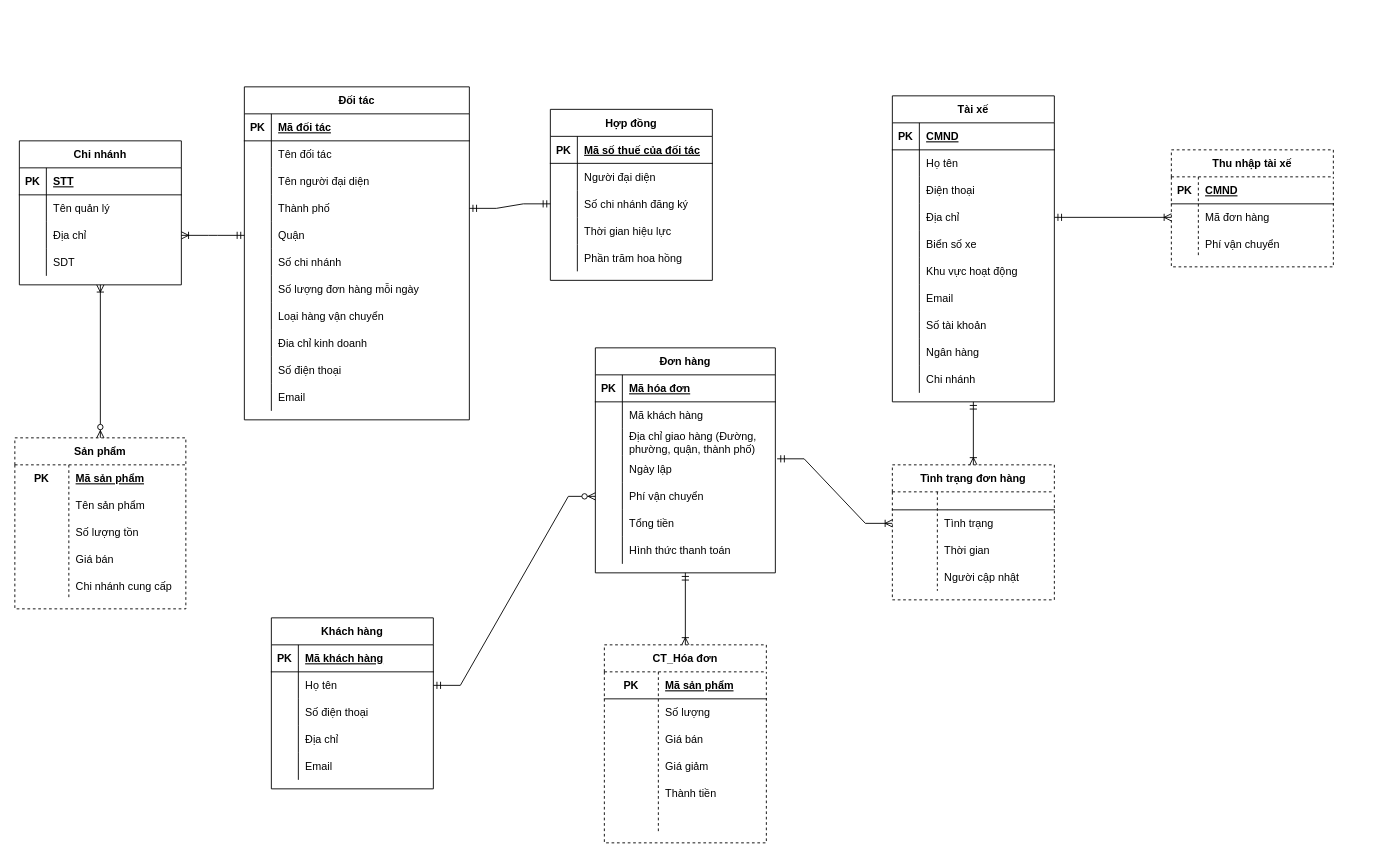
Before: HQT-CSDL.drawio in tranngoclam16/HQT-CSDL, a draw.io diagram. Source tidied: cells renumbered, new cells numbered last; positions are measured from the earlier drawing's top-left corner, leaving out a move shared by most shapes. Both pictures are drawn from the tidied source at 90%, with x=0, y=0 at pixel (14, 86).
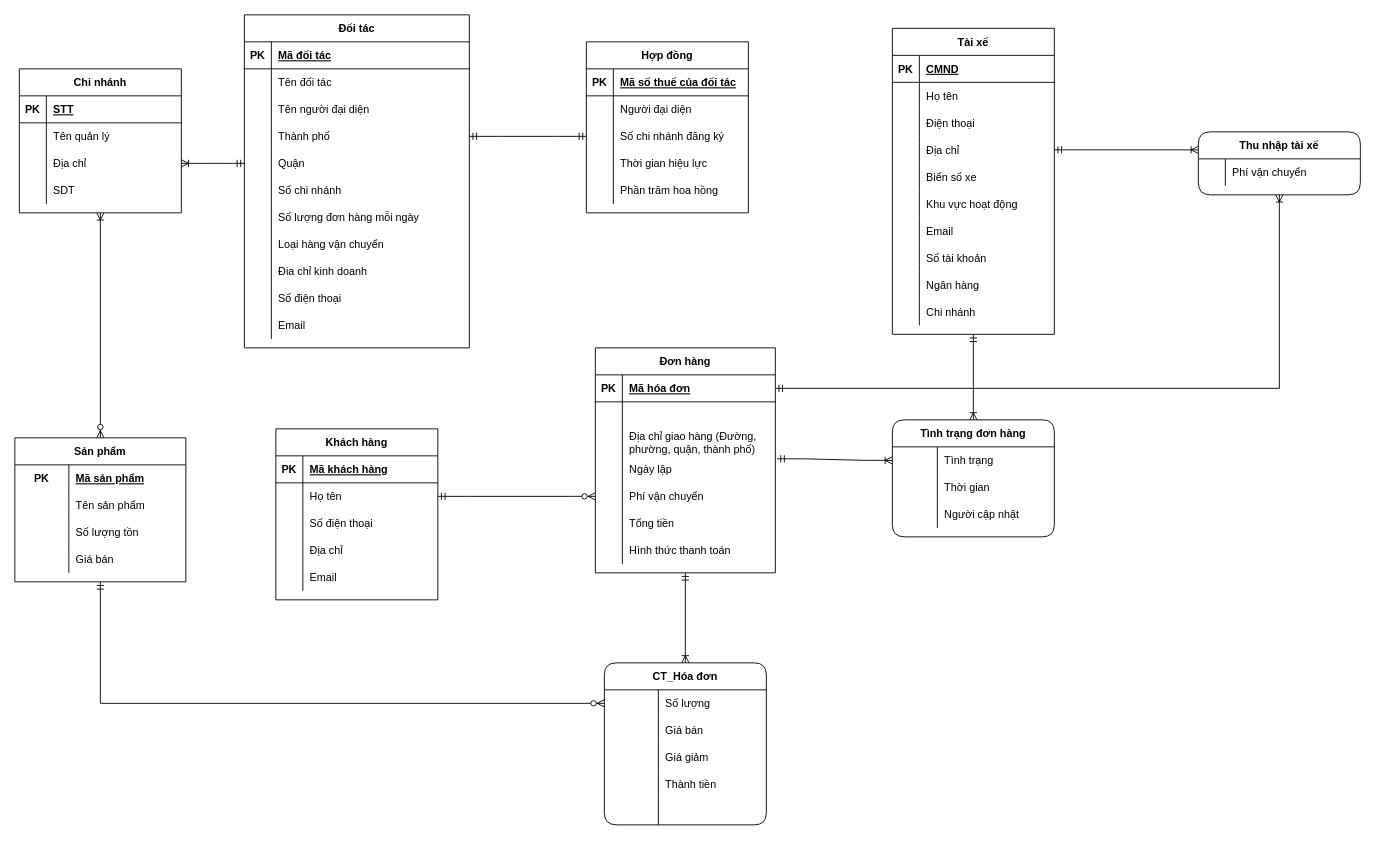
Above is the later version.

The change refers to these unchanged cells:
```xml
<mxCell id="12" style="shape=partialRectangle;fillColor=none;top=0;left=0;bottom=0;right=0;points=[[0,0.5],[1,0.5]];portConstraint=eastwest;" parent="2" vertex="1">
  <mxGeometry y="120" width="180" height="30" as="geometry" />
</mxCell>
<mxCell id="100" style="shape=partialRectangle;fillColor=none;top=0;left=0;bottom=1;right=0;points=[[0,0.5],[1,0.5]];portConstraint=eastwest;" parent="99" vertex="1">
  <mxGeometry y="30" width="200" height="30" as="geometry" />
</mxCell>
<mxCell id="103" style="shape=partialRectangle;fillColor=none;top=0;left=0;bottom=0;right=0;" parent="99" vertex="1">
  <mxGeometry y="60" width="200" height="30" as="geometry" />
</mxCell>
```

Change to the diagram source:
```diff
@@
     <mxCell id="2" value="Tài xế" style="shape=table;startSize=30;childLayout=tableLayout;rowLines=0;fontStyle=1;align=center;" parent="1" vertex="1">
-      <mxGeometry x="975" y="10" width="180" height="340" as="geometry" />
+      <mxGeometry x="975" y="-65" width="180" height="340" as="geometry" />
     </mxCell>
@@
     <mxCell id="33" value="Đối tác" style="shape=table;startSize=30;childLayout=tableLayout;rowLines=0;fontStyle=1;align=center;" parent="1" vertex="1">
-      <mxGeometry x="255" width="250" height="370" as="geometry" />
+      <mxGeometry x="255" y="-80" width="250" height="370" as="geometry" />
     </mxCell>
@@
     <mxCell id="67" value="Hợp đồng" style="shape=table;startSize=30;childLayout=tableLayout;rowLines=0;fontStyle=1;align=center;" parent="1" vertex="1">
-      <mxGeometry x="595" y="25" width="180" height="190" as="geometry" />
+      <mxGeometry x="635" y="-50" width="180" height="190" as="geometry" />
     </mxCell>
@@
-    <mxCell id="83" value="Sản phẩm" style="shape=table;startSize=30;childLayout=tableLayout;rowLines=0;fontStyle=1;align=center;rounded=0;sketch=0;shadow=0;dashed=1;" parent="1" vertex="1">
-      <mxGeometry y="390" width="190" height="190" as="geometry" />
+    <mxCell id="83" value="Sản phẩm" style="shape=table;startSize=30;childLayout=tableLayout;rowLines=0;fontStyle=1;align=center;rounded=0;sketch=0;shadow=0;" parent="1" vertex="1">
+      <mxGeometry y="390" width="190" height="160" as="geometry" />
     </mxCell>
@@
-    <mxCell id="96" style="shape=partialRectangle;fillColor=none;top=0;left=0;bottom=0;right=0;" parent="83" vertex="1">
-      <mxGeometry y="150" width="190" height="30" as="geometry" />
-    </mxCell>
-    <mxCell id="97" style="shape=partialRectangle;fillColor=none;top=0;left=0;bottom=0;right=0;overflow=hidden;" parent="96" vertex="1">
-      <mxGeometry width="60" height="30" as="geometry" />
-    </mxCell>
-    <mxCell id="98" value="Chi nhánh cung cấp" style="shape=partialRectangle;fillColor=none;top=0;left=0;bottom=0;right=0;align=left;spacingLeft=6;overflow=hidden;" parent="96" vertex="1">
-      <mxGeometry x="60" width="130" height="30" as="geometry" />
-    </mxCell>
@@
-    <mxCell id="105" value="Mã khách hàng" style="shape=partialRectangle;fillColor=none;top=0;left=0;bottom=0;right=0;align=left;spacingLeft=6;overflow=hidden;" parent="103" vertex="1">
+    <mxCell id="105" style="shape=partialRectangle;fillColor=none;top=0;left=0;bottom=0;right=0;align=left;spacingLeft=6;overflow=hidden;" parent="103" vertex="1">
       <mxGeometry x="30" width="170" height="30" as="geometry" />
     </mxCell>
@@
     <mxCell id="121" value="Khách hàng" style="shape=table;startSize=30;childLayout=tableLayout;rowLines=0;fontStyle=1;align=center;" parent="1" vertex="1">
-      <mxGeometry x="285" y="590" width="180" height="190" as="geometry" />
+      <mxGeometry x="290" y="380" width="180" height="190" as="geometry" />
     </mxCell>
@@
-    <mxCell id="137" value="CT_Hóa đơn" style="shape=table;startSize=30;childLayout=tableLayout;rowLines=0;fontStyle=1;align=center;dashed=1;" parent="1" vertex="1">
-      <mxGeometry x="655" y="620" width="180" height="220" as="geometry" />
+    <mxCell id="137" value="CT_Hóa đơn" style="shape=table;startSize=30;childLayout=tableLayout;rowLines=0;fontStyle=1;align=center;rounded=1;" parent="1" vertex="1">
+      <mxGeometry x="655" y="640" width="180" height="180" as="geometry" />
     </mxCell>
-    <mxCell id="138" style="shape=partialRectangle;fillColor=none;top=0;left=0;bottom=1;right=0;" parent="137" vertex="1">
-      <mxGeometry y="30" width="180" height="30" as="geometry" />
-    </mxCell>
-    <mxCell id="139" value="PK" style="shape=partialRectangle;fillColor=none;top=0;left=0;bottom=0;right=0;fontStyle=1;overflow=hidden;" parent="138" vertex="1">
-      <mxGeometry width="60" height="30" as="geometry" />
-    </mxCell>
-    <mxCell id="140" value="Mã sản phẩm" style="shape=partialRectangle;fillColor=none;top=0;left=0;bottom=0;right=0;align=left;spacingLeft=6;fontStyle=5;overflow=hidden;" parent="138" vertex="1">
-      <mxGeometry x="60" width="120" height="30" as="geometry" />
-    </mxCell>
     <mxCell id="141" style="shape=partialRectangle;fillColor=none;top=0;left=0;bottom=0;right=0;points=[[0,0.5],[1,0.5]];portConstraint=eastwest;" parent="137" vertex="1">
-      <mxGeometry y="60" width="180" height="30" as="geometry" />
+      <mxGeometry y="30" width="180" height="30" as="geometry" />
     </mxCell>
@@
     <mxCell id="144" style="shape=partialRectangle;fillColor=none;top=0;left=0;bottom=0;right=0;" parent="137" vertex="1">
-      <mxGeometry y="90" width="180" height="30" as="geometry" />
+      <mxGeometry y="60" width="180" height="30" as="geometry" />
     </mxCell>
@@
     <mxCell id="147" style="shape=partialRectangle;fillColor=none;top=0;left=0;bottom=0;right=0;" parent="137" vertex="1">
-      <mxGeometry y="120" width="180" height="30" as="geometry" />
+      <mxGeometry y="90" width="180" height="30" as="geometry" />
     </mxCell>
@@
     <mxCell id="150" style="shape=partialRectangle;fillColor=none;top=0;left=0;bottom=0;right=0;" parent="137" vertex="1">
-      <mxGeometry y="150" width="180" height="30" as="geometry" />
+      <mxGeometry y="120" width="180" height="30" as="geometry" />
     </mxCell>
@@
     <mxCell id="153" style="shape=partialRectangle;fillColor=none;top=0;left=0;bottom=0;right=0;" parent="137" vertex="1">
-      <mxGeometry y="180" width="180" height="30" as="geometry" />
+      <mxGeometry y="150" width="180" height="30" as="geometry" />
     </mxCell>
@@
-    <mxCell id="156" value="Tình trạng đơn hàng" style="shape=table;startSize=30;childLayout=tableLayout;rowLines=0;fontStyle=1;align=center;dashed=1;" parent="1" vertex="1">
-      <mxGeometry x="975" y="420" width="180" height="150" as="geometry" />
+    <mxCell id="156" value="Tình trạng đơn hàng" style="shape=table;startSize=30;childLayout=tableLayout;rowLines=0;fontStyle=1;align=center;rounded=1;" parent="1" vertex="1">
+      <mxGeometry x="975" y="370" width="180" height="130" as="geometry" />
     </mxCell>
-    <mxCell id="157" style="shape=partialRectangle;fillColor=none;top=0;left=0;bottom=1;right=0;" parent="156" vertex="1">
-      <mxGeometry y="30" width="180" height="20" as="geometry" />
-    </mxCell>
-    <mxCell id="158" style="shape=partialRectangle;fillColor=none;top=0;left=0;bottom=0;right=0;fontStyle=1;overflow=hidden;" parent="157" vertex="1">
-      <mxGeometry width="50" height="20" as="geometry" />
-    </mxCell>
-    <mxCell id="159" style="shape=partialRectangle;fillColor=none;top=0;left=0;bottom=0;right=0;align=left;spacingLeft=6;fontStyle=5;overflow=hidden;" parent="157" vertex="1">
-      <mxGeometry x="50" width="130" height="20" as="geometry" />
-    </mxCell>
     <mxCell id="160" style="shape=partialRectangle;fillColor=none;top=0;left=0;bottom=0;right=0;points=[[0,0.5],[1,0.5]];portConstraint=eastwest;" parent="156" vertex="1">
-      <mxGeometry y="50" width="180" height="30" as="geometry" />
+      <mxGeometry y="30" width="180" height="30" as="geometry" />
     </mxCell>
@@
     <mxCell id="163" style="shape=partialRectangle;fillColor=none;top=0;left=0;bottom=0;right=0;" parent="156" vertex="1">
-      <mxGeometry y="80" width="180" height="30" as="geometry" />
+      <mxGeometry y="60" width="180" height="30" as="geometry" />
     </mxCell>
@@
     <mxCell id="166" style="shape=partialRectangle;fillColor=none;top=0;left=0;bottom=0;right=0;" parent="156" vertex="1">
-      <mxGeometry y="110" width="180" height="30" as="geometry" />
+      <mxGeometry y="90" width="180" height="30" as="geometry" />
     </mxCell>
@@
-    <mxCell id="169" value="Thu nhập tài xế" style="shape=table;startSize=30;childLayout=tableLayout;rowLines=0;fontStyle=1;align=center;dashed=1;" parent="1" vertex="1">
-      <mxGeometry x="1285" y="70" width="180" height="130" as="geometry" />
+    <mxCell id="169" value="Thu nhập tài xế" style="shape=table;startSize=30;childLayout=tableLayout;rowLines=0;fontStyle=1;align=center;rounded=1;" parent="1" vertex="1">
+      <mxGeometry x="1315" y="50" width="180" height="70" as="geometry" />
     </mxCell>
-    <mxCell id="170" style="shape=partialRectangle;fillColor=none;top=0;left=0;bottom=1;right=0;" parent="169" vertex="1">
-      <mxGeometry y="30" width="180" height="30" as="geometry" />
-    </mxCell>
-    <mxCell id="171" value="PK" style="shape=partialRectangle;fillColor=none;top=0;left=0;bottom=0;right=0;fontStyle=1;overflow=hidden;" parent="170" vertex="1">
-      <mxGeometry width="30" height="30" as="geometry" />
-    </mxCell>
-    <mxCell id="172" value="CMND" style="shape=partialRectangle;fillColor=none;top=0;left=0;bottom=0;right=0;align=left;spacingLeft=6;fontStyle=5;overflow=hidden;" parent="170" vertex="1">
-      <mxGeometry x="30" width="150" height="30" as="geometry" />
-    </mxCell>
-    <mxCell id="173" style="shape=partialRectangle;fillColor=none;top=0;left=0;bottom=0;right=0;points=[[0,0.5],[1,0.5]];portConstraint=eastwest;" parent="169" vertex="1">
-      <mxGeometry y="60" width="180" height="30" as="geometry" />
-    </mxCell>
-    <mxCell id="174" style="shape=partialRectangle;fillColor=none;top=0;left=0;bottom=0;right=0;overflow=hidden;" parent="173" vertex="1">
-      <mxGeometry width="30" height="30" as="geometry" />
-    </mxCell>
-    <mxCell id="175" value="Mã đơn hàng" style="shape=partialRectangle;fillColor=none;top=0;left=0;bottom=0;right=0;align=left;spacingLeft=6;overflow=hidden;" parent="173" vertex="1">
-      <mxGeometry x="30" width="150" height="30" as="geometry" />
-    </mxCell>
     <mxCell id="176" style="shape=partialRectangle;fillColor=none;top=0;left=0;bottom=0;right=0;" parent="169" vertex="1">
-      <mxGeometry y="90" width="180" height="30" as="geometry" />
+      <mxGeometry y="30" width="180" height="30" as="geometry" />
     </mxCell>
@@
-    <mxCell id="184" style="fontSize=12;html=1;endArrow=ERoneToMany;startArrow=ERmandOne;rounded=0;exitX=1;exitY=0.5;exitDx=0;exitDy=0;entryX=0;entryY=0.5;entryDx=0;entryDy=0;" parent="1" edge="1" source="12" target="173">
+    <mxCell id="184" style="fontSize=12;html=1;endArrow=ERoneToMany;startArrow=ERmandOne;rounded=0;exitX=1;exitY=0.5;exitDx=0;exitDy=0;entryX=0;entryY=0.286;entryDx=0;entryDy=0;entryPerimeter=0;" parent="1" edge="1" source="12" target="169">
       <mxGeometry relative="1" as="geometry" />
     </mxCell>
@@
     <mxCell id="186" value="Chi nhánh" style="shape=table;startSize=30;childLayout=tableLayout;rowLines=0;fontStyle=1;align=center;" parent="1" vertex="1">
-      <mxGeometry x="5" y="60" width="180" height="160" as="geometry" />
+      <mxGeometry x="5" y="-20" width="180" height="160" as="geometry" />
     </mxCell>
@@
+    <mxCell id="200" style="fontSize=12;html=1;endArrow=ERoneToMany;startArrow=ERmandOne;rounded=0;exitX=1;exitY=0.5;exitDx=0;exitDy=0;entryX=0.5;entryY=1;entryDx=0;entryDy=0;edgeStyle=orthogonalEdgeStyle;" parent="1" edge="1" source="100" target="169">
+      <mxGeometry relative="1" as="geometry" />
+    </mxCell>
+    <mxCell id="201" style="edgeStyle=orthogonalEdgeStyle;fontSize=12;html=1;endArrow=ERzeroToMany;startArrow=ERmandOne;rounded=0;exitX=0.5;exitY=1;exitDx=0;exitDy=0;entryX=0;entryY=0.5;entryDx=0;entryDy=0;" parent="1" edge="1" source="83" target="141">
+      <mxGeometry relative="1" as="geometry" />
+    </mxCell>
```
